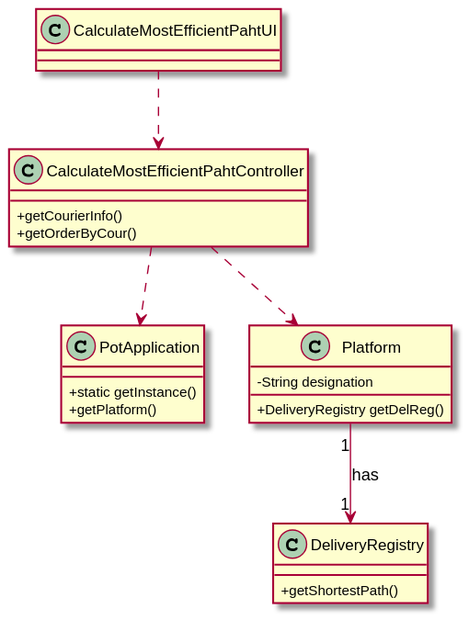
tiagoavcosta25/LAPR3 keeps this PlantUML diagram as docs/Iteration 1/Delivery Management/US23_CalculateMostEfficientPath/US23_CD.svg. Above is the earlier version. Source of this version:
```plantuml
@startuml
skinparam classAttributeIconSize 0

class PotApplication
{
  +static getInstance()
  +getPlatform()
}

class CalculateMostEfficientPahtUI{

}

class CalculateMostEfficientPahtController{
+getCourierInfo()
+getOrderByCour()
}

class Platform {
  -String designation
  +DeliveryRegistry getDelReg()
}
class DeliveryRegistry{
+getShortestPath()
}



CalculateMostEfficientPahtUI ..> CalculateMostEfficientPahtController
CalculateMostEfficientPahtController ..> Platform
CalculateMostEfficientPahtController ..> PotApplication
Platform "1" --> "1" DeliveryRegistry : has
@enduml
```
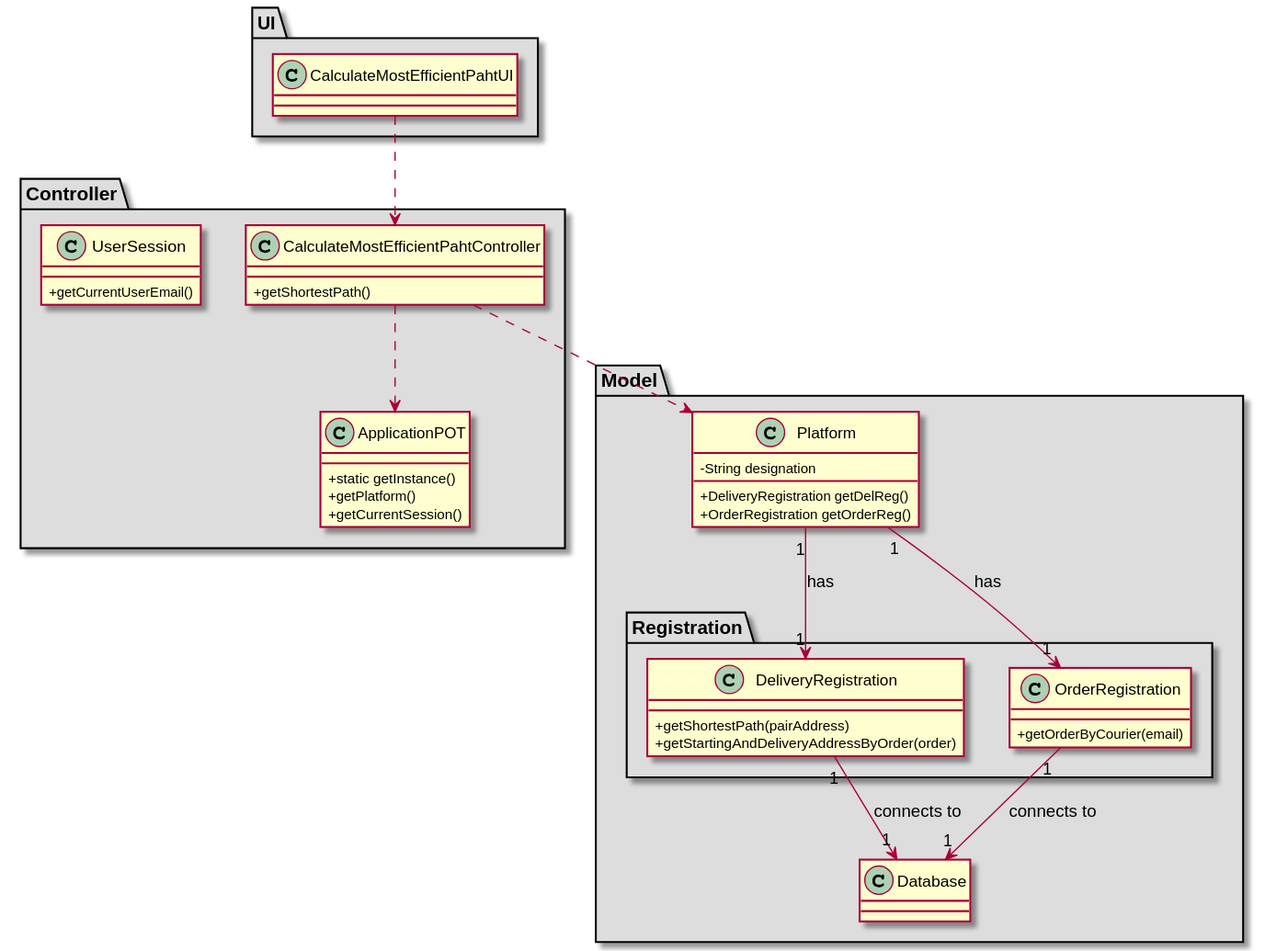
Above is the later version.

The edit, as a diff of the source:
```diff
@@ -1,33 +1,51 @@
 @startuml
 skinparam classAttributeIconSize 0
 
-class PotApplication
+
+package "UI" #DDDDDD {
+class CalculateMostEfficientPahtUI{
+
+}
+}
+package "Controller" #DDDDDD {
+class CalculateMostEfficientPahtController{
++getShortestPath()
+}
+class ApplicationPOT
 {
   +static getInstance()
   +getPlatform()
+    +getCurrentSession()
 }
-
-class CalculateMostEfficientPahtUI{
-
+class UserSession
+{
+  +getCurrentUserEmail()
 }
-
-class CalculateMostEfficientPahtController{
-+getCourierInfo()
-+getOrderByCour()
 }
-
+package "Model" #DDDDDD {
 class Platform {
   -String designation
-  +DeliveryRegistry getDelReg()
+  +DeliveryRegistration getDelReg()
+  +OrderRegistration getOrderReg()
 }
-class DeliveryRegistry{
-+getShortestPath()
+package "Registration" #DDDDDD {
+class DeliveryRegistration{
++getShortestPath(pairAddress)
++getStartingAndDeliveryAddressByOrder(order)
 }
-
-
+class OrderRegistration{
++getOrderByCourier(email)
+}
+}
+class Database{
+}
+}
 
 CalculateMostEfficientPahtUI ..> CalculateMostEfficientPahtController
 CalculateMostEfficientPahtController ..> Platform
-CalculateMostEfficientPahtController ..> PotApplication
-Platform "1" --> "1" DeliveryRegistry : has
+CalculateMostEfficientPahtController ..> ApplicationPOT
+Platform "1" --> "1" DeliveryRegistration : has
+Platform "1" --> "1" OrderRegistration : has
+OrderRegistration "1" --> "1" Database : connects to
+DeliveryRegistration "1" --> "1" Database : connects to
 @enduml
```
